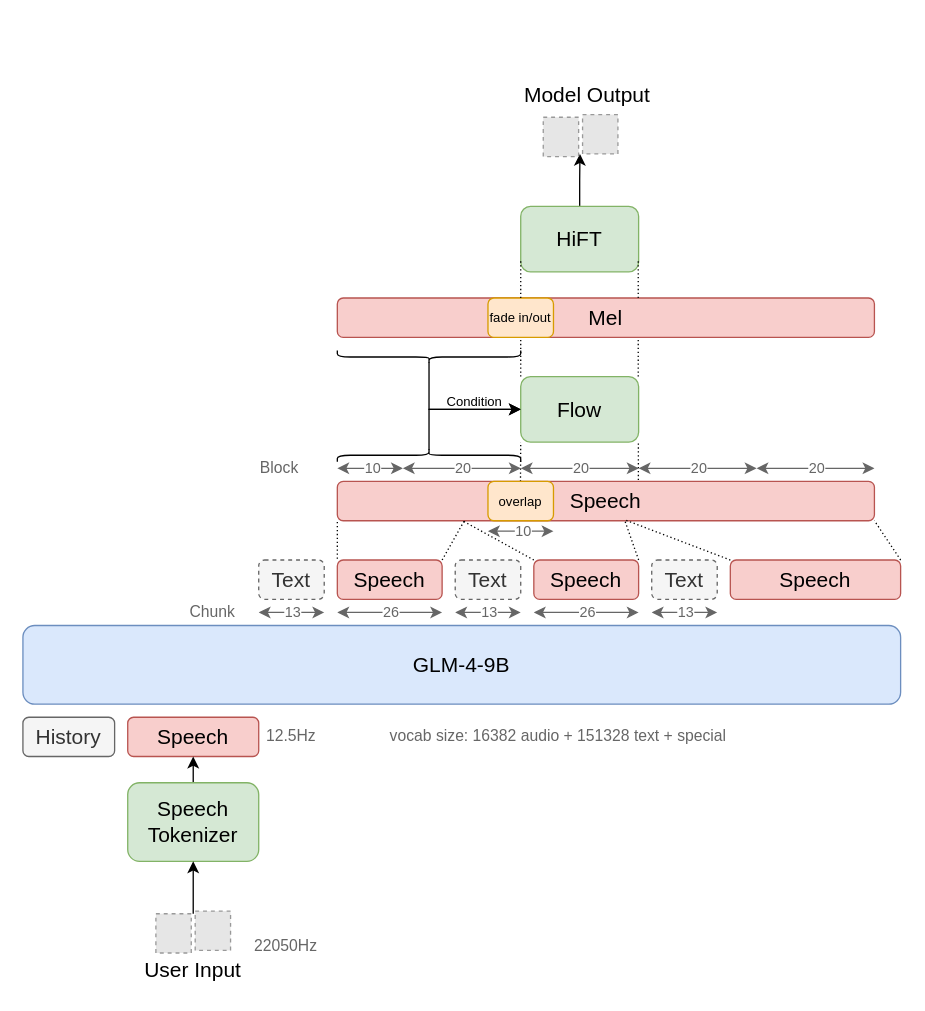
xrysamuel/my-drawio keeps this draw.io diagram as Drafts/glm4v.drawio. Above is the earlier version. Source tidied: cells renumbered, new cells numbered last; positions are measured from the earlier drawing's top-left corner, leaving out a move shared by most shapes. Both pictures are drawn from the tidied source at 131%, with x=0, y=0 at pixel (22, 75). Pictures stored in the file or linked from it are replaced by grey dashed boxes.
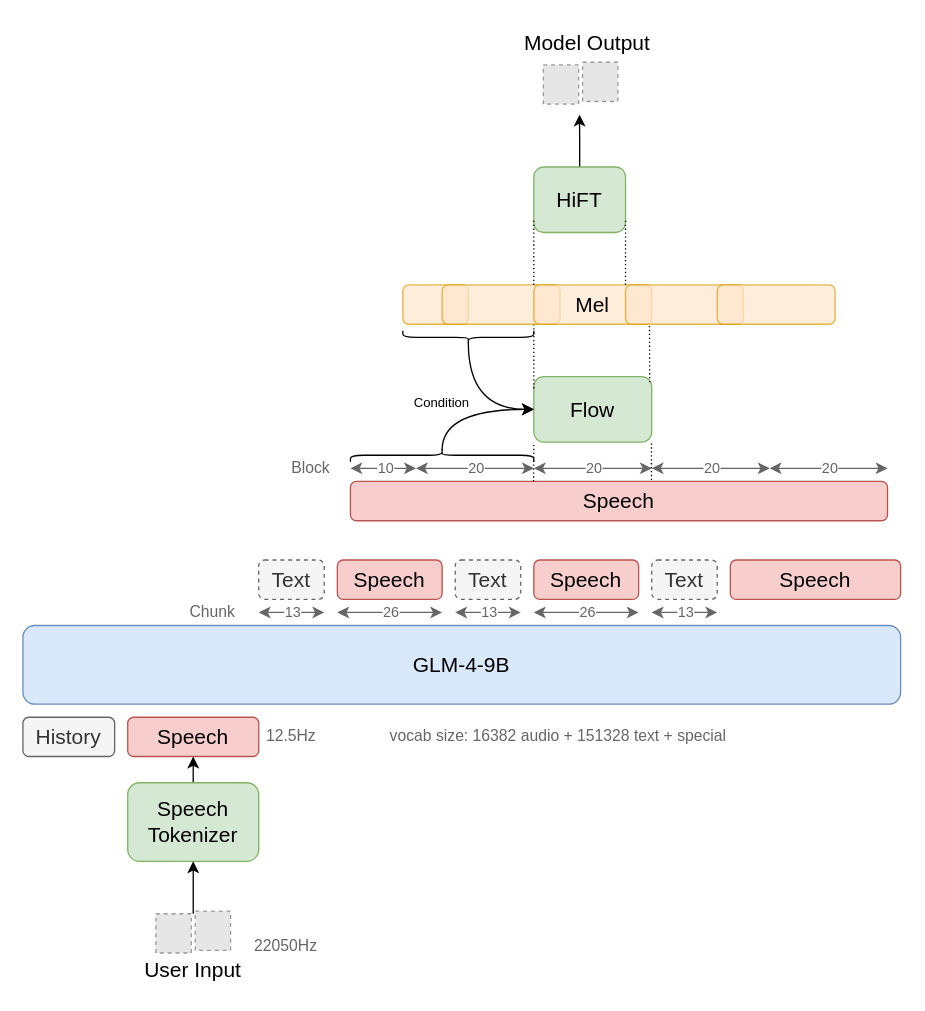
The same diagram, later.

Unchanged cells that the change refers to:
```xml
<mxCell id="11" value="&lt;font style=&quot;font-size: 16px;&quot;&gt;Speech&lt;/font&gt;" style="rounded=1;whiteSpace=wrap;html=1;fillColor=#f8cecc;strokeColor=#b85450;" parent="1" vertex="1">
  <mxGeometry x="240" y="370" width="80" height="30" as="geometry" />
</mxCell>
```

The edit, as a diff of the source:
```diff
@@
     <mxCell id="17" value="&lt;font style=&quot;font-size: 16px;&quot;&gt;Speech&lt;/font&gt;" style="rounded=1;whiteSpace=wrap;html=1;fillColor=#f8cecc;strokeColor=#b85450;" parent="1" vertex="1">
-      <mxGeometry x="240" y="310" width="410" height="30" as="geometry" />
+      <mxGeometry x="250" y="310" width="410" height="30" as="geometry" />
     </mxCell>
     <mxCell id="18" value="&lt;font style=&quot;font-size: 16px;&quot;&gt;Flow&lt;/font&gt;" style="rounded=1;whiteSpace=wrap;html=1;fillColor=#d5e8d4;strokeColor=#82b366;" parent="1" vertex="1">
-      <mxGeometry x="380" y="230" width="90" height="50" as="geometry" />
+      <mxGeometry x="390" y="230" width="90" height="50" as="geometry" />
     </mxCell>
-    <mxCell id="19" style="edgeStyle=orthogonalEdgeStyle;rounded=0;jettySize=auto;html=1;exitX=0.5;exitY=0;exitDx=0;exitDy=0;" parent="1" edge="1" source="20">
-      <mxGeometry relative="1" as="geometry">
-        <mxPoint x="425.2" y="60" as="targetPoint" />
-      </mxGeometry>
-    </mxCell>
+    <mxCell id="71" style="edgeStyle=orthogonalEdgeStyle;rounded=0;jettySize=auto;html=1;exitX=0.5;exitY=0;exitDx=0;exitDy=0;" parent="1" edge="1" source="20">
+      <mxGeometry relative="1" as="geometry">
+        <mxPoint x="424.9" y="30" as="targetPoint" />
+      </mxGeometry>
+    </mxCell>
     <mxCell id="20" value="&lt;font style=&quot;font-size: 16px;&quot;&gt;HiFT&lt;/font&gt;" style="rounded=1;whiteSpace=wrap;html=1;fillColor=#d5e8d4;strokeColor=#82b366;" parent="1" vertex="1">
-      <mxGeometry x="380" y="100" width="90" height="50" as="geometry" />
+      <mxGeometry x="390" y="70" width="70" height="50" as="geometry" />
     </mxCell>
@@
     <mxCell id="31" style="endArrow=classic;startArrow=classic;html=1;rounded=0;fillColor=#f5f5f5;strokeColor=#666666;" parent="1" edge="1">
       <mxGeometry relative="1" as="geometry">
-        <mxPoint x="240" y="300" as="sourcePoint" />
-        <mxPoint x="290" y="300" as="targetPoint" />
+        <mxPoint x="250" y="300" as="sourcePoint" />
+        <mxPoint x="300" y="300" as="targetPoint" />
       </mxGeometry>
     </mxCell>
@@
     <mxCell id="33" style="endArrow=classic;startArrow=classic;html=1;rounded=0;fillColor=#f5f5f5;strokeColor=#666666;" parent="1" edge="1">
       <mxGeometry relative="1" as="geometry">
-        <mxPoint x="290" y="300" as="sourcePoint" />
-        <mxPoint x="380" y="300" as="targetPoint" />
+        <mxPoint x="300" y="300" as="sourcePoint" />
+        <mxPoint x="390" y="300" as="targetPoint" />
       </mxGeometry>
     </mxCell>
@@
     <mxCell id="35" style="endArrow=classic;startArrow=classic;html=1;rounded=0;fillColor=#f5f5f5;strokeColor=#666666;" parent="1" edge="1">
       <mxGeometry relative="1" as="geometry">
-        <mxPoint x="380" y="300" as="sourcePoint" />
-        <mxPoint x="470" y="300" as="targetPoint" />
+        <mxPoint x="390" y="300" as="sourcePoint" />
+        <mxPoint x="480" y="300" as="targetPoint" />
       </mxGeometry>
     </mxCell>
@@
     <mxCell id="37" style="endArrow=classic;startArrow=classic;html=1;rounded=0;fillColor=#f5f5f5;strokeColor=#666666;" parent="1" edge="1">
       <mxGeometry relative="1" as="geometry">
-        <mxPoint x="470" y="300" as="sourcePoint" />
-        <mxPoint x="560" y="300" as="targetPoint" />
+        <mxPoint x="480" y="300" as="sourcePoint" />
+        <mxPoint x="570" y="300" as="targetPoint" />
       </mxGeometry>
     </mxCell>
@@
-    <mxCell id="41" value="&lt;font style=&quot;font-size: 16px;&quot;&gt;Mel&lt;/font&gt;" style="rounded=1;whiteSpace=wrap;html=1;fillColor=#f8cecc;strokeColor=#b85450;" parent="1" vertex="1">
-      <mxGeometry x="240" y="170" width="410" height="30" as="geometry" />
+    <mxCell id="41" style="rounded=1;whiteSpace=wrap;html=1;fillColor=#ffe6cc;strokeColor=#d79b00;fontSize=16;opacity=70;" parent="1" vertex="1">
+      <mxGeometry x="290" y="160" width="50" height="30" as="geometry" />
     </mxCell>
-    <mxCell id="42" style="edgeStyle=orthogonalEdgeStyle;rounded=0;jettySize=auto;html=1;exitX=0.1;exitY=0.5;exitDx=0;exitDy=0;exitPerimeter=0;entryX=0;entryY=0.5;entryDx=0;entryDy=0;" parent="1" edge="1" source="43" target="18">
+    <mxCell id="42" style="edgeStyle=orthogonalEdgeStyle;rounded=0;jettySize=auto;html=1;exitX=0.1;exitY=0.5;exitDx=0;exitDy=0;exitPerimeter=0;entryX=0;entryY=0.5;entryDx=0;entryDy=0;curved=1;" parent="1" edge="1" source="43" target="18">
       <mxGeometry relative="1" as="geometry" />
     </mxCell>
     <mxCell id="43" style="shape=curlyBracket;whiteSpace=wrap;html=1;rounded=1;flipH=1;labelPosition=right;verticalLabelPosition=middle;align=left;verticalAlign=middle;rotation=-90;" parent="1" vertex="1">
-      <mxGeometry x="305" y="220" width="10" height="140" as="geometry" />
+      <mxGeometry x="315" y="220" width="10" height="140" as="geometry" />
     </mxCell>
-    <mxCell id="44" style="edgeStyle=orthogonalEdgeStyle;rounded=0;jettySize=auto;html=1;exitX=0.1;exitY=0.5;exitDx=0;exitDy=0;exitPerimeter=0;entryX=0;entryY=0.5;entryDx=0;entryDy=0;" parent="1" edge="1" source="45" target="18">
+    <mxCell id="44" style="edgeStyle=orthogonalEdgeStyle;rounded=0;jettySize=auto;html=1;exitX=0.1;exitY=0.5;exitDx=0;exitDy=0;exitPerimeter=0;entryX=0;entryY=0.5;entryDx=0;entryDy=0;curved=1;" parent="1" edge="1" source="45" target="18">
       <mxGeometry relative="1" as="geometry" />
     </mxCell>
     <mxCell id="45" style="shape=curlyBracket;whiteSpace=wrap;html=1;rounded=1;flipH=1;labelPosition=right;verticalLabelPosition=middle;align=left;verticalAlign=middle;rotation=90;" parent="1" vertex="1">
-      <mxGeometry x="305" y="145" width="10" height="140" as="geometry" />
+      <mxGeometry x="335" y="150" width="10" height="100" as="geometry" />
     </mxCell>
     <mxCell id="46" value="Condition" style="text;html=1;align=center;verticalAlign=middle;whiteSpace=wrap;rounded=0;fontSize=10;" parent="1" vertex="1">
-      <mxGeometry x="315" y="239" width="60" height="20" as="geometry" />
+      <mxGeometry x="290" y="240" width="60" height="20" as="geometry" />
     </mxCell>
     <mxCell id="47" style="endArrow=none;dashed=1;html=1;strokeWidth=1;rounded=0;exitX=0.341;exitY=0.004;exitDx=0;exitDy=0;exitPerimeter=0;entryX=0;entryY=1;entryDx=0;entryDy=0;dashPattern=1 2;" parent="1" edge="1" source="17" target="18">
       <mxGeometry relative="1" as="geometry">
         <Array as="points">
-          <mxPoint x="380" y="280" />
+          <mxPoint x="390" y="280" />
         </Array>
       </mxGeometry>
     </mxCell>
     <mxCell id="48" style="endArrow=none;dashed=1;html=1;strokeWidth=1;rounded=0;exitX=0.437;exitY=-0.037;exitDx=0;exitDy=0;exitPerimeter=0;entryX=0;entryY=1;entryDx=0;entryDy=0;dashPattern=1 2;" parent="1" edge="1">
       <mxGeometry relative="1" as="geometry">
-        <mxPoint x="469.8" y="309" as="sourcePoint" />
-        <mxPoint x="469.8" y="280" as="targetPoint" />
+        <mxPoint x="479.8" y="309" as="sourcePoint" />
+        <mxPoint x="479.8" y="280" as="targetPoint" />
         <Array as="points">
-          <mxPoint x="469.8" y="280" />
+          <mxPoint x="479.8" y="280" />
         </Array>
       </mxGeometry>
     </mxCell>
-    <mxCell id="49" style="endArrow=none;dashed=1;html=1;strokeWidth=1;rounded=0;exitX=0.437;exitY=-0.037;exitDx=0;exitDy=0;exitPerimeter=0;entryX=0;entryY=1;entryDx=0;entryDy=0;dashPattern=1 2;" parent="1" edge="1">
-      <mxGeometry relative="1" as="geometry">
-        <mxPoint x="240" y="369" as="sourcePoint" />
-        <mxPoint x="240" y="340" as="targetPoint" />
-        <Array as="points">
-          <mxPoint x="240" y="340" />
-        </Array>
-      </mxGeometry>
-    </mxCell>
-    <mxCell id="50" style="endArrow=none;dashed=1;html=1;dashPattern=1 2;strokeWidth=1;rounded=0;exitX=1;exitY=0;exitDx=0;exitDy=0;entryX=0.237;entryY=0.987;entryDx=0;entryDy=0;strokeColor=default;align=center;verticalAlign=middle;fontFamily=Helvetica;fontSize=11;fontColor=default;labelBackgroundColor=default;entryPerimeter=0;" parent="1" edge="1" source="11" target="17">
-      <mxGeometry relative="1" as="geometry" />
-    </mxCell>
-    <mxCell id="51" style="endArrow=none;dashed=1;html=1;dashPattern=1 2;strokeWidth=1;rounded=0;exitX=1;exitY=0;exitDx=0;exitDy=0;entryX=0.235;entryY=1.014;entryDx=0;entryDy=0;strokeColor=default;align=center;verticalAlign=middle;fontFamily=Helvetica;fontSize=11;fontColor=default;labelBackgroundColor=default;entryPerimeter=0;" parent="1" edge="1" target="17">
-      <mxGeometry relative="1" as="geometry">
-        <mxPoint x="390" y="370" as="sourcePoint" />
-      </mxGeometry>
-    </mxCell>
-    <mxCell id="52" style="endArrow=none;dashed=1;html=1;dashPattern=1 2;strokeWidth=1;rounded=0;exitX=1;exitY=0;exitDx=0;exitDy=0;entryX=0.536;entryY=1.024;entryDx=0;entryDy=0;entryPerimeter=0;strokeColor=default;align=center;verticalAlign=middle;fontFamily=Helvetica;fontSize=11;fontColor=default;labelBackgroundColor=default;" parent="1" edge="1" target="17">
-      <mxGeometry relative="1" as="geometry">
-        <mxPoint x="470" y="370" as="sourcePoint" />
-      </mxGeometry>
-    </mxCell>
-    <mxCell id="53" style="endArrow=none;dashed=1;html=1;dashPattern=1 2;strokeWidth=1;rounded=0;exitX=1;exitY=0;exitDx=0;exitDy=0;entryX=0.535;entryY=0.976;entryDx=0;entryDy=0;entryPerimeter=0;strokeColor=default;align=center;verticalAlign=middle;fontFamily=Helvetica;fontSize=11;fontColor=default;labelBackgroundColor=default;" parent="1" edge="1" target="17">
-      <mxGeometry relative="1" as="geometry">
-        <mxPoint x="540" y="370" as="sourcePoint" />
-      </mxGeometry>
-    </mxCell>
-    <mxCell id="54" style="endArrow=none;dashed=1;html=1;dashPattern=1 2;strokeWidth=1;rounded=0;entryX=1;entryY=1;entryDx=0;entryDy=0;strokeColor=default;align=center;verticalAlign=middle;fontFamily=Helvetica;fontSize=11;fontColor=default;labelBackgroundColor=default;" parent="1" edge="1" target="17">
-      <mxGeometry relative="1" as="geometry">
-        <mxPoint x="670" y="370" as="sourcePoint" />
-      </mxGeometry>
-    </mxCell>
-    <mxCell id="55" style="endArrow=none;dashed=1;html=1;strokeWidth=1;rounded=0;exitX=0.437;exitY=-0.037;exitDx=0;exitDy=0;exitPerimeter=0;entryX=0;entryY=1;entryDx=0;entryDy=0;dashPattern=1 2;" parent="1" edge="1">
-      <mxGeometry relative="1" as="geometry">
-        <mxPoint x="380" y="230" as="sourcePoint" />
-        <mxPoint x="380" y="201" as="targetPoint" />
-        <Array as="points">
-          <mxPoint x="380" y="201" />
-        </Array>
-      </mxGeometry>
-    </mxCell>
-    <mxCell id="56" style="endArrow=none;dashed=1;html=1;strokeWidth=1;rounded=0;exitX=0.437;exitY=-0.037;exitDx=0;exitDy=0;exitPerimeter=0;entryX=0;entryY=1;entryDx=0;entryDy=0;dashPattern=1 2;" parent="1" edge="1">
-      <mxGeometry relative="1" as="geometry">
-        <mxPoint x="469.7" y="230" as="sourcePoint" />
-        <mxPoint x="469.7" y="201" as="targetPoint" />
-        <Array as="points">
-          <mxPoint x="469.7" y="201" />
-        </Array>
-      </mxGeometry>
-    </mxCell>
     <mxCell id="57" style="endArrow=classic;startArrow=classic;html=1;rounded=0;fillColor=#f5f5f5;strokeColor=#666666;" parent="1" edge="1">
       <mxGeometry relative="1" as="geometry">
-        <mxPoint x="560" y="300" as="sourcePoint" />
-        <mxPoint x="650" y="300" as="targetPoint" />
+        <mxPoint x="570" y="300" as="sourcePoint" />
+        <mxPoint x="660" y="300" as="targetPoint" />
       </mxGeometry>
     </mxCell>
@@
-    <mxCell id="59" value="&lt;font style=&quot;font-size: 10px;&quot;&gt;overlap&lt;/font&gt;" style="rounded=1;whiteSpace=wrap;html=1;fillColor=#ffe6cc;strokeColor=#d79b00;" parent="1" vertex="1">
-      <mxGeometry x="355" y="310" width="50" height="30" as="geometry" />
-    </mxCell>
-    <mxCell id="60" style="endArrow=classic;startArrow=classic;html=1;rounded=0;fillColor=#f5f5f5;strokeColor=#666666;" parent="1" edge="1">
-      <mxGeometry relative="1" as="geometry">
-        <mxPoint x="355" y="348" as="sourcePoint" />
-        <mxPoint x="405" y="348" as="targetPoint" />
-      </mxGeometry>
-    </mxCell>
-    <mxCell id="61" value="10" style="edgeLabel;html=1;align=center;verticalAlign=middle;fontColor=#666666;" parent="60" vertex="1">
-      <mxGeometry x="-0.02" y="1" relative="1" as="geometry">
-        <mxPoint x="1" as="offset" />
-      </mxGeometry>
-    </mxCell>
-    <mxCell id="62" value="&lt;font style=&quot;font-size: 10px;&quot;&gt;fade in/out&lt;/font&gt;" style="rounded=1;whiteSpace=wrap;html=1;fillColor=#ffe6cc;strokeColor=#d79b00;" parent="1" vertex="1">
-      <mxGeometry x="355" y="170" width="50" height="30" as="geometry" />
-    </mxCell>
     <mxCell id="63" style="fillColor=#E6E6E6;strokeColor=#999999;dashed=1;html=1;verticalLabelPosition=bottom;labelBackgroundColor=#ffffff;verticalAlign=top;" parent="1" vertex="1">
-      <mxGeometry x="397.2" y="32" width="27" height="30" as="geometry" />
+      <mxGeometry x="397.2" y="-8" width="27" height="30" as="geometry" />
     </mxCell>
     <mxCell id="64" style="fillColor=#E6E6E6;strokeColor=#999999;dashed=1;html=1;verticalLabelPosition=bottom;labelBackgroundColor=#ffffff;verticalAlign=top;" parent="1" vertex="1">
-      <mxGeometry x="427.2" y="30" width="27" height="30" as="geometry" />
+      <mxGeometry x="427.2" y="-10" width="27" height="30" as="geometry" />
     </mxCell>
     <mxCell id="65" value="Model Output" style="text;html=1;align=center;verticalAlign=middle;whiteSpace=wrap;rounded=0;fontSize=16;" parent="1" vertex="1">
-      <mxGeometry x="380" width="101.5" height="30" as="geometry" />
+      <mxGeometry x="380" y="-40" width="101.5" height="30" as="geometry" />
     </mxCell>
@@
     <mxCell id="67" value="&lt;font color=&quot;#666666&quot;&gt;Block&lt;/font&gt;" style="text;html=1;align=center;verticalAlign=middle;whiteSpace=wrap;rounded=0;" parent="1" vertex="1">
-      <mxGeometry x="165.8" y="290" width="60" height="20" as="geometry" />
+      <mxGeometry x="190" y="290" width="60" height="20" as="geometry" />
     </mxCell>
-    <mxCell id="68" style="endArrow=none;dashed=1;html=1;strokeWidth=1;rounded=0;exitX=0.437;exitY=-0.037;exitDx=0;exitDy=0;exitPerimeter=0;entryX=0;entryY=1;entryDx=0;entryDy=0;dashPattern=1 2;" parent="1" edge="1">
-      <mxGeometry relative="1" as="geometry">
-        <mxPoint x="380" y="170" as="sourcePoint" />
-        <mxPoint x="380" y="141" as="targetPoint" />
-        <Array as="points">
-          <mxPoint x="380" y="141" />
-        </Array>
-      </mxGeometry>
-    </mxCell>
-    <mxCell id="69" style="endArrow=none;dashed=1;html=1;strokeWidth=1;rounded=0;exitX=0.437;exitY=-0.037;exitDx=0;exitDy=0;exitPerimeter=0;entryX=0;entryY=1;entryDx=0;entryDy=0;dashPattern=1 2;" parent="1" edge="1">
-      <mxGeometry relative="1" as="geometry">
-        <mxPoint x="469.7" y="170" as="sourcePoint" />
-        <mxPoint x="469.7" y="141" as="targetPoint" />
-        <Array as="points">
-          <mxPoint x="469.7" y="141" />
-        </Array>
-      </mxGeometry>
-    </mxCell>
     <mxCell id="70" value="vocab size: 16382 audio + 151328 text + special&amp;nbsp;" style="text;html=1;align=center;verticalAlign=middle;whiteSpace=wrap;rounded=0;fontColor=#666666;" parent="1" vertex="1">
-      <mxGeometry x="273.2" y="490" width="275" height="30" as="geometry" />
+      <mxGeometry x="273.2" y="495" width="275" height="20" as="geometry" />
     </mxCell>
+    <mxCell id="72" style="endArrow=none;dashed=1;html=1;dashPattern=1 2;strokeWidth=1;rounded=0;exitX=1;exitY=0;exitDx=0;exitDy=0;entryX=0;entryY=1;entryDx=0;entryDy=0;strokeColor=default;align=center;verticalAlign=middle;fontFamily=Helvetica;fontSize=11;fontColor=default;labelBackgroundColor=default;" parent="1" edge="1" target="75">
+      <mxGeometry relative="1" as="geometry">
+        <mxPoint x="390" y="239" as="sourcePoint" />
+      </mxGeometry>
+    </mxCell>
+    <mxCell id="73" style="endArrow=none;dashed=1;html=1;dashPattern=1 2;strokeWidth=1;rounded=0;exitX=0.983;exitY=0.086;exitDx=0;exitDy=0;entryX=0.203;entryY=0.99;entryDx=0;entryDy=0;entryPerimeter=0;strokeColor=default;align=center;verticalAlign=middle;fontFamily=Helvetica;fontSize=11;fontColor=default;labelBackgroundColor=default;exitPerimeter=0;" parent="1" edge="1" source="18" target="76">
+      <mxGeometry relative="1" as="geometry" />
+    </mxCell>
+    <mxCell id="74" style="rounded=1;whiteSpace=wrap;html=1;fillColor=#ffe6cc;strokeColor=#d79b00;fontSize=16;opacity=70;" parent="1" vertex="1">
+      <mxGeometry x="320" y="160" width="90" height="30" as="geometry" />
+    </mxCell>
+    <mxCell id="75" value="Mel" style="rounded=1;whiteSpace=wrap;html=1;fillColor=#ffe6cc;strokeColor=#d79b00;fontSize=16;opacity=70;" parent="1" vertex="1">
+      <mxGeometry x="390" y="160" width="90" height="30" as="geometry" />
+    </mxCell>
+    <mxCell id="76" style="rounded=1;whiteSpace=wrap;html=1;fillColor=#ffe6cc;strokeColor=#d79b00;fontSize=16;opacity=70;" parent="1" vertex="1">
+      <mxGeometry x="460" y="160" width="90" height="30" as="geometry" />
+    </mxCell>
+    <mxCell id="77" style="rounded=1;whiteSpace=wrap;html=1;fillColor=#ffe6cc;strokeColor=#d79b00;fontSize=16;opacity=70;" parent="1" vertex="1">
+      <mxGeometry x="530" y="160" width="90" height="30" as="geometry" />
+    </mxCell>
+    <mxCell id="78" style="endArrow=none;dashed=1;html=1;dashPattern=1 2;strokeWidth=1;rounded=0;exitX=1;exitY=0;exitDx=0;exitDy=0;entryX=0;entryY=1;entryDx=0;entryDy=0;strokeColor=default;align=center;verticalAlign=middle;fontFamily=Helvetica;fontSize=11;fontColor=default;labelBackgroundColor=default;" parent="1" edge="1">
+      <mxGeometry relative="1" as="geometry">
+        <mxPoint x="390" y="160" as="sourcePoint" />
+        <mxPoint x="390" y="111" as="targetPoint" />
+      </mxGeometry>
+    </mxCell>
+    <mxCell id="79" style="endArrow=none;dashed=1;html=1;dashPattern=1 2;strokeWidth=1;rounded=0;exitX=0.983;exitY=0.086;exitDx=0;exitDy=0;strokeColor=default;align=center;verticalAlign=middle;fontFamily=Helvetica;fontSize=11;fontColor=default;labelBackgroundColor=default;exitPerimeter=0;" parent="1" edge="1">
+      <mxGeometry relative="1" as="geometry">
+        <mxPoint x="460" y="160" as="sourcePoint" />
+        <mxPoint x="460" y="110" as="targetPoint" />
+      </mxGeometry>
+    </mxCell>
```
